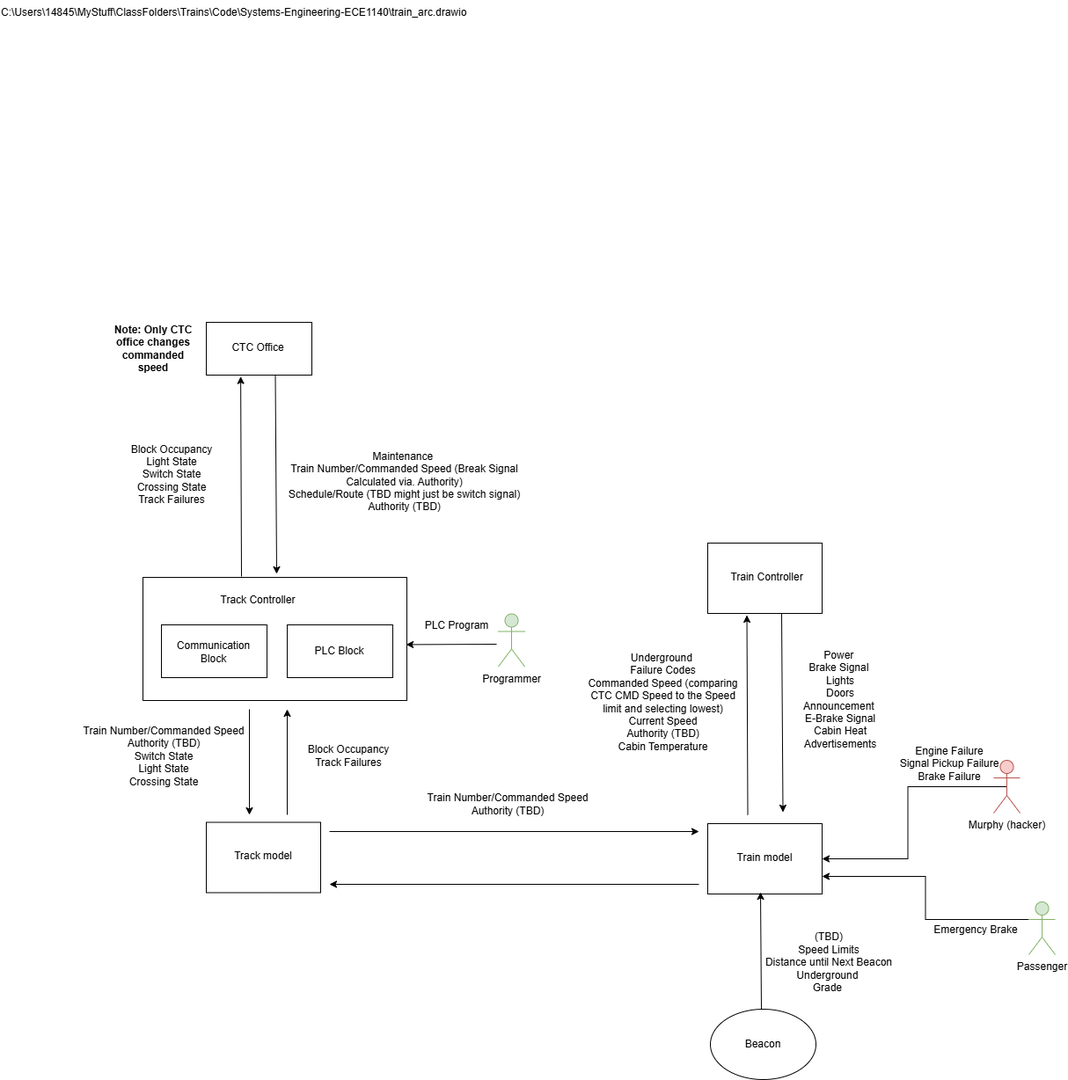
This is Architecture_Group3.drawio.png from lao57/Systems-Engineering-ECE1140, a draw.io export, as it was before one commit. Source tidied: cells renumbered, new cells last; positions are measured from the earlier drawing's top-left corner, leaving out a move shared by most shapes.
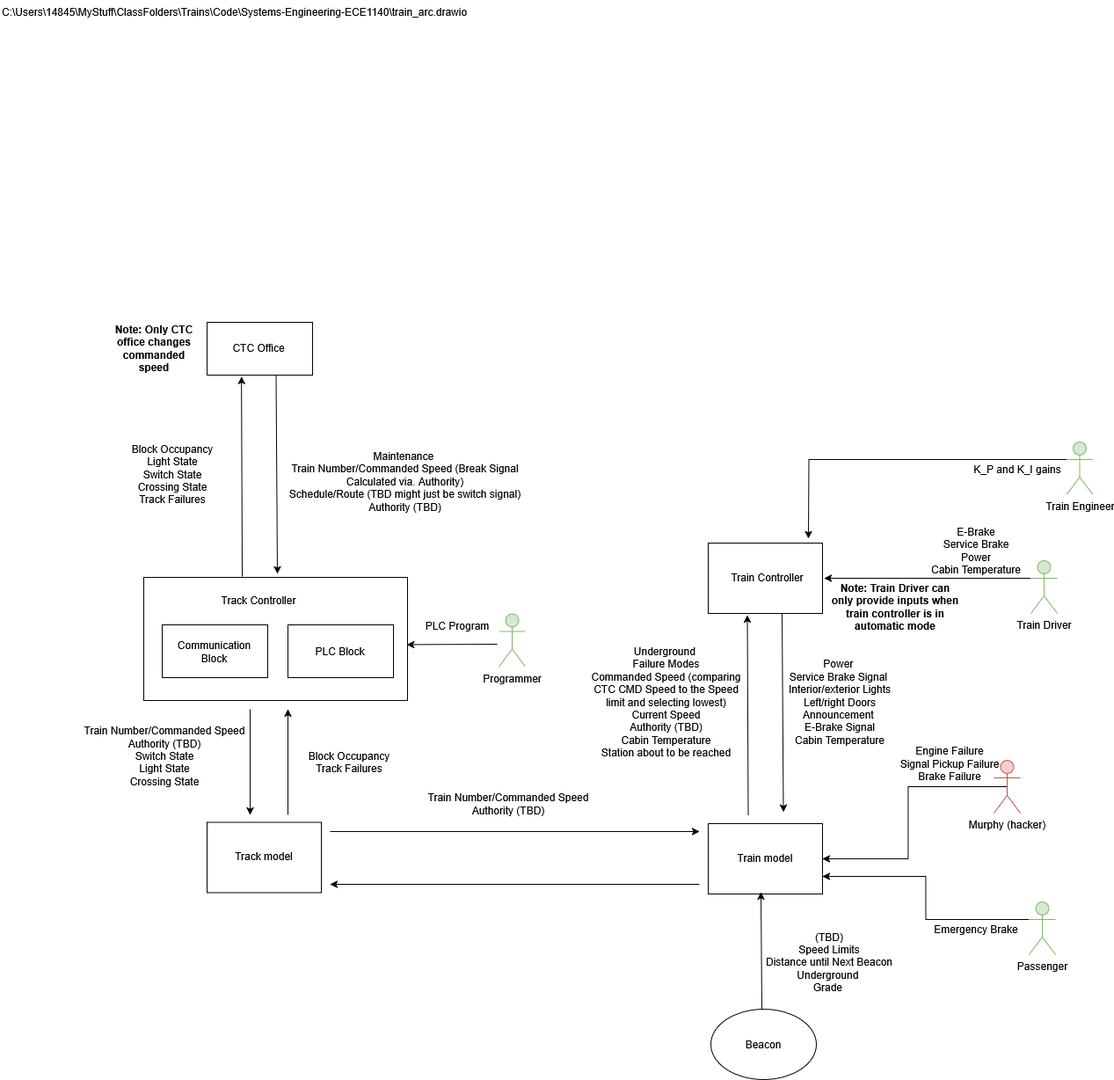
Above is the later version.

Commit message:
Updated train controller users and I/O

The edit, as a diff of the source:
```diff
@@ -106,11 +106,11 @@
     <mxCell id="28" value="Train Controller" style="text;html=1;align=center;verticalAlign=middle;whiteSpace=wrap;rounded=0;" parent="1" vertex="1">
       <mxGeometry x="830" y="638" width="85" height="35" as="geometry" />
     </mxCell>
-    <mxCell id="29" value="&lt;div&gt;Underground&amp;nbsp;&lt;/div&gt;&lt;div&gt;Failure Codes&lt;/div&gt;&lt;div&gt;&lt;span style=&quot;background-color: transparent; color: light-dark(rgb(0, 0, 0), rgb(255, 255, 255));&quot;&gt;Commanded Speed (comparing CTC CMD Speed to the Speed limit and selecting lowest)&lt;/span&gt;&lt;/div&gt;&lt;div&gt;&lt;span style=&quot;background-color: transparent; color: light-dark(rgb(0, 0, 0), rgb(255, 255, 255));&quot;&gt;Current Speed&lt;/span&gt;&lt;/div&gt;&lt;div&gt;&lt;span style=&quot;background-color: transparent; color: light-dark(rgb(0, 0, 0), rgb(255, 255, 255));&quot;&gt;Authority (TBD)&lt;/span&gt;&lt;/div&gt;&lt;div&gt;Cabin Temperature&lt;span style=&quot;background-color: transparent; color: light-dark(rgb(0, 0, 0), rgb(255, 255, 255));&quot;&gt;&lt;/span&gt;&lt;/div&gt;" style="text;html=1;align=center;verticalAlign=middle;whiteSpace=wrap;rounded=0;" parent="1" vertex="1">
-      <mxGeometry x="659" y="730" width="191" height="136" as="geometry" />
+    <mxCell id="29" value="&lt;div&gt;Underground&amp;nbsp;&lt;/div&gt;&lt;div&gt;Failure Modes&lt;/div&gt;&lt;div&gt;&lt;span style=&quot;background-color: transparent; color: light-dark(rgb(0, 0, 0), rgb(255, 255, 255));&quot;&gt;Commanded Speed (comparing CTC CMD Speed to the Speed limit and selecting lowest)&lt;/span&gt;&lt;/div&gt;&lt;div&gt;&lt;span style=&quot;background-color: transparent; color: light-dark(rgb(0, 0, 0), rgb(255, 255, 255));&quot;&gt;Current Speed&lt;/span&gt;&lt;/div&gt;&lt;div&gt;&lt;span style=&quot;background-color: transparent; color: light-dark(rgb(0, 0, 0), rgb(255, 255, 255));&quot;&gt;Authority (TBD)&lt;/span&gt;&lt;/div&gt;&lt;div&gt;Cabin Temperature&lt;span style=&quot;background-color: transparent; color: light-dark(rgb(0, 0, 0), rgb(255, 255, 255));&quot;&gt;&lt;/span&gt;&lt;/div&gt;Station about to be reached" style="text;html=1;align=center;verticalAlign=middle;whiteSpace=wrap;rounded=0;" parent="1" vertex="1">
+      <mxGeometry x="662" y="730" width="191" height="136" as="geometry" />
     </mxCell>
-    <mxCell id="30" value="Power&amp;nbsp;&lt;div&gt;Brake Signal&amp;nbsp;&lt;/div&gt;&lt;div&gt;Lights&lt;/div&gt;&lt;div&gt;Doors&lt;/div&gt;&lt;div&gt;Announcement&amp;nbsp;&lt;/div&gt;&lt;div&gt;E-Brake Signal&lt;/div&gt;&lt;div&gt;Cabin Heat&lt;br&gt;Advertisements&lt;/div&gt;" style="text;html=1;align=center;verticalAlign=middle;whiteSpace=wrap;rounded=0;" parent="1" vertex="1">
-      <mxGeometry x="881" y="736" width="150" height="117" as="geometry" />
+    <mxCell id="30" value="Power&amp;nbsp;&lt;div&gt;Service Brake Signal&amp;nbsp;&lt;/div&gt;&lt;div&gt;Interior/exterior Lights&lt;/div&gt;&lt;div&gt;Left/right Doors&lt;/div&gt;&lt;div&gt;Announcement&amp;nbsp;&lt;/div&gt;&lt;div&gt;E-Brake Signal&lt;/div&gt;&lt;div&gt;Cabin Temperature&lt;/div&gt;" style="text;html=1;align=center;verticalAlign=middle;whiteSpace=wrap;rounded=0;" parent="1" vertex="1">
+      <mxGeometry x="880" y="739" width="150" height="117" as="geometry" />
     </mxCell>
     <mxCell id="31" value="Maintenance&amp;nbsp;&lt;div&gt;Train Number/Commanded Speed (Break Signal Calculated via. Authority)&lt;/div&gt;&lt;div&gt;Schedule/Route (TBD might just be switch signal)&lt;/div&gt;&lt;div&gt;Authority (TBD)&lt;/div&gt;&lt;div&gt;&lt;br&gt;&lt;/div&gt;&lt;div&gt;&lt;br&gt;&lt;/div&gt;&lt;div&gt;&lt;br&gt;&lt;/div&gt;&lt;div&gt;&lt;br&gt;&lt;/div&gt;" style="text;html=1;align=center;verticalAlign=middle;whiteSpace=wrap;rounded=0;" parent="1" vertex="1">
       <mxGeometry x="324" y="463" width="273" height="226" as="geometry" />
@@ -118,7 +118,7 @@
     <mxCell id="32" value="Block Occupancy&lt;div&gt;Light State&lt;/div&gt;&lt;div&gt;Switch State&lt;/div&gt;&lt;div&gt;Crossing State&lt;/div&gt;&lt;div&gt;Track Failures&lt;/div&gt;" style="text;html=1;align=center;verticalAlign=middle;whiteSpace=wrap;rounded=0;" parent="1" vertex="1">
       <mxGeometry x="145" y="434" width="102" height="209" as="geometry" />
     </mxCell>
-    <mxCell id="33" value="&lt;div&gt;&lt;span style=&quot;background-color: transparent; color: light-dark(rgb(0, 0, 0), rgb(255, 255, 255));&quot;&gt;Block Occupancy&lt;/span&gt;&lt;/div&gt;&lt;div&gt;Track Failures&lt;/div&gt;" style="text;html=1;align=center;verticalAlign=middle;whiteSpace=wrap;rounded=0;" parent="1" vertex="1">
+    <mxCell id="33" value="&lt;div&gt;&lt;br&gt;&lt;/div&gt;&lt;div&gt;Block Occupancy&lt;/div&gt;&lt;div&gt;Track Failures&lt;/div&gt;" style="text;html=1;align=center;verticalAlign=middle;whiteSpace=wrap;rounded=0;" parent="1" vertex="1">
       <mxGeometry x="331" y="790" width="132" height="137" as="geometry" />
     </mxCell>
     <mxCell id="34" value="Train Number/Commanded Speed&#10;Authority (TBD)&#10;Switch State&#10;Light State&#10;Crossing State&#10;" style="text;whiteSpace=wrap;align=center;" parent="1" vertex="1">
@@ -159,5 +159,30 @@
         <mxPoint x="565" y="732" as="sourcePoint" />
       </mxGeometry>
     </mxCell>
+    <mxCell id="45" value="&lt;div&gt;E-Brake&lt;/div&gt;&lt;div&gt;Service Brake&lt;/div&gt;Power&lt;br&gt;Cabin Temperature" style="text;html=1;align=center;verticalAlign=middle;whiteSpace=wrap;rounded=0;rotation=0;" parent="1" vertex="1">
+      <mxGeometry x="1050" y="615" width="120" height="23" as="geometry" />
+    </mxCell>
+    <mxCell id="46" style="edgeStyle=orthogonalEdgeStyle;rounded=0;jettySize=auto;html=1;exitX=0;exitY=0.3333333333333333;exitDx=0;exitDy=0;exitPerimeter=0;" parent="1" edge="1" source="47">
+      <mxGeometry relative="1" as="geometry">
+        <mxPoint x="937" y="657" as="targetPoint" />
+      </mxGeometry>
+    </mxCell>
+    <mxCell id="47" value="&lt;div&gt;Train Driver&lt;/div&gt;" style="shape=umlActor;verticalLabelPosition=bottom;verticalAlign=top;html=1;outlineConnect=0;fillColor=#d5e8d4;strokeColor=#82b366;" parent="1" vertex="1">
+      <mxGeometry x="1172" y="637" width="30" height="60" as="geometry" />
+    </mxCell>
+    <mxCell id="48" value="K_P and K_I gains" style="text;html=1;align=center;verticalAlign=middle;whiteSpace=wrap;rounded=0;rotation=0;" parent="1" vertex="1">
+      <mxGeometry x="1096.5" y="522" width="120" height="23" as="geometry" />
+    </mxCell>
+    <mxCell id="49" style="edgeStyle=orthogonalEdgeStyle;rounded=0;jettySize=auto;html=1;exitX=0;exitY=0.3333333333333333;exitDx=0;exitDy=0;exitPerimeter=0;" parent="1" edge="1" source="50">
+      <mxGeometry relative="1" as="geometry">
+        <mxPoint x="919" y="612" as="targetPoint" />
+      </mxGeometry>
+    </mxCell>
+    <mxCell id="50" value="&lt;div&gt;Train Engineer&lt;/div&gt;" style="shape=umlActor;verticalLabelPosition=bottom;verticalAlign=top;html=1;outlineConnect=0;fillColor=#d5e8d4;strokeColor=#82b366;" parent="1" vertex="1">
+      <mxGeometry x="1212.5" y="502" width="30" height="60" as="geometry" />
+    </mxCell>
+    <mxCell id="51" value="&lt;b&gt;Note: Train Driver can only provide inputs when train controller is in automatic mode&lt;/b&gt;" style="text;html=1;align=center;verticalAlign=middle;whiteSpace=wrap;rounded=0;" parent="1" vertex="1">
+      <mxGeometry x="944" y="661" width="148" height="58" as="geometry" />
+    </mxCell>
   </root>
 </mxGraphModel>
```
